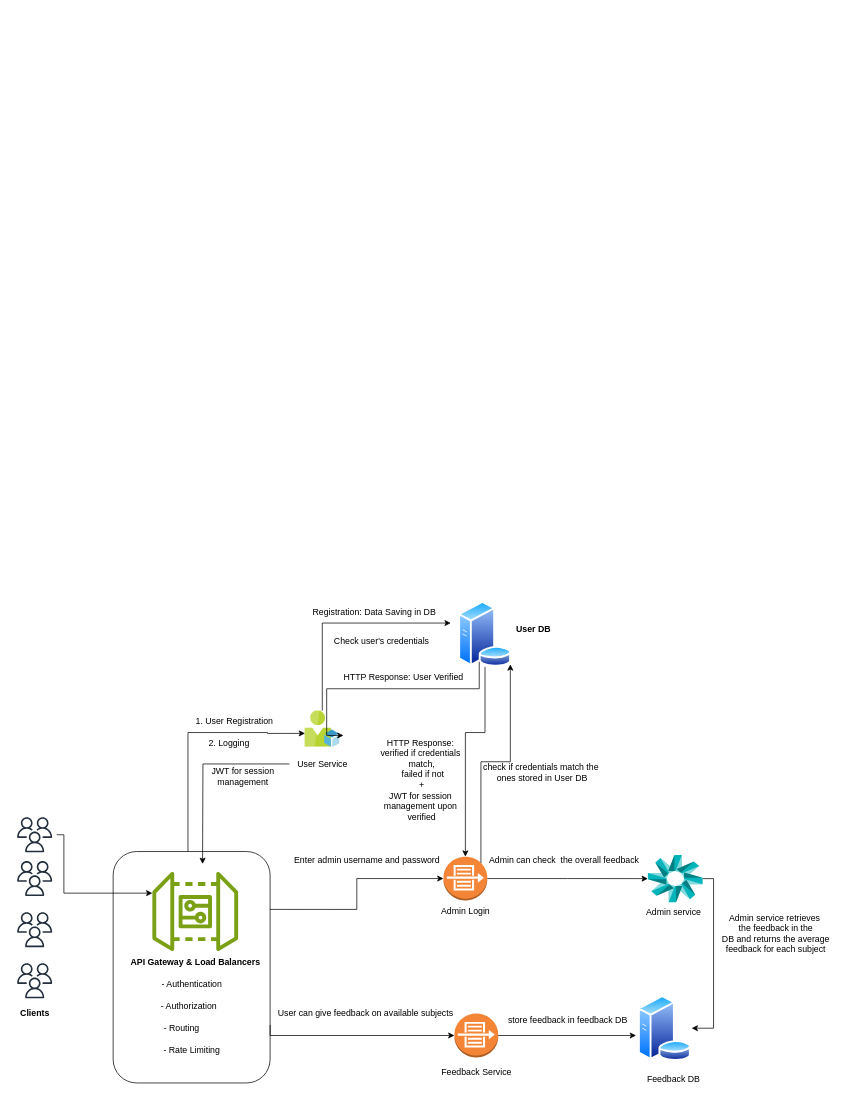
ttrion/23BCS13761_TANAY_KRG_2B_SD keeps this draw.io diagram as SD_project_Experiment_10/SD_HLD.drawio. Above is the earlier version. Source tidied: cells renumbered, new cells numbered last; positions are measured from the earlier drawing's top-left corner, leaving out a move shared by most shapes. Both pictures are drawn from the tidied source at 73%, with x=0, y=0 at pixel (12, 601).
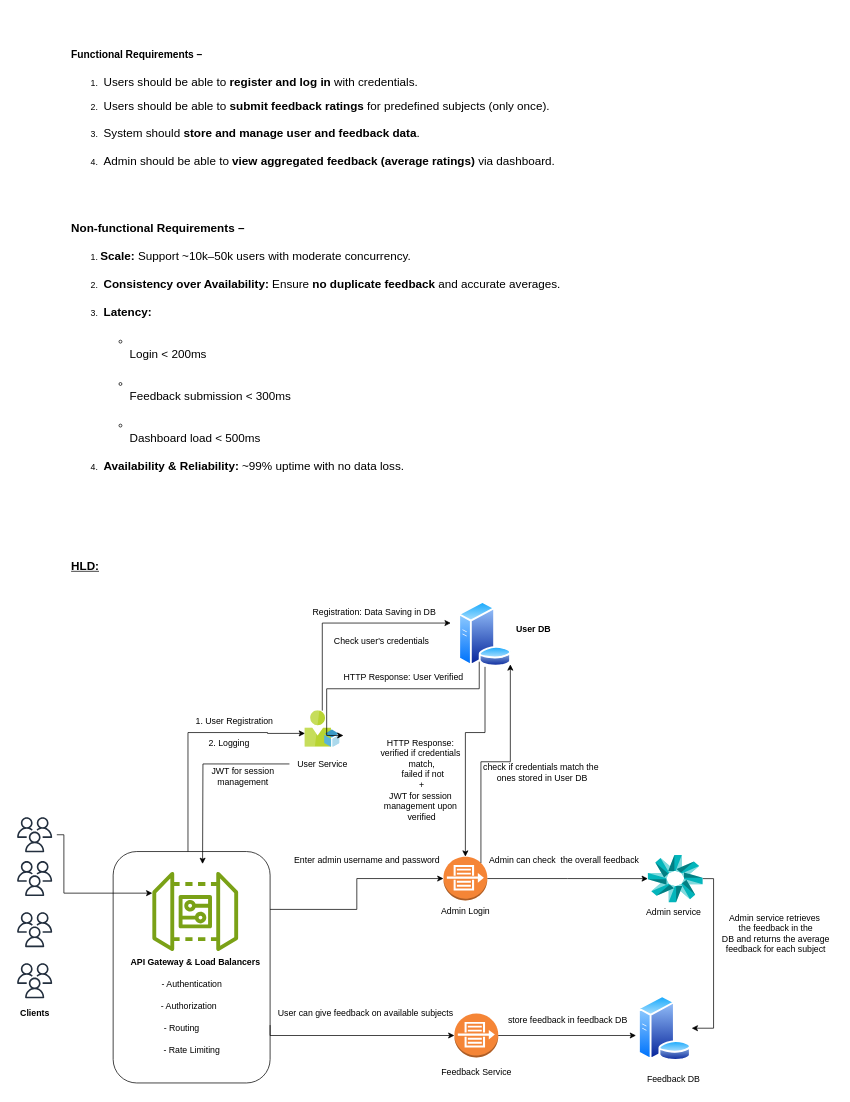
After the change.

Change to the diagram source:
```diff
@@
+    <mxCell id="51" value="&lt;br&gt;&lt;h1 style=&quot;text-align: left;&quot;&gt;&lt;span role=&quot;text&quot;&gt;&lt;strong&gt;&lt;font style=&quot;font-size: 14px;&quot;&gt;Functional Requirements –&lt;/font&gt;&lt;/strong&gt;&lt;/span&gt;&lt;/h1&gt;&lt;ol&gt;&lt;li&gt;&lt;div style=&quot;text-align: left;&quot;&gt;&lt;span style=&quot;font-size: medium; background-color: transparent; color: light-dark(rgb(0, 0, 0), rgb(255, 255, 255));&quot;&gt;&amp;nbsp;Users should be able to &lt;/span&gt;&lt;strong style=&quot;font-size: medium; background-color: transparent; color: light-dark(rgb(0, 0, 0), rgb(255, 255, 255));&quot;&gt;register and log in&lt;/strong&gt;&lt;span style=&quot;font-size: medium; background-color: transparent; color: light-dark(rgb(0, 0, 0), rgb(255, 255, 255));&quot;&gt; with credentials.&lt;/span&gt;&lt;/div&gt;&lt;/li&gt;&lt;div style=&quot;text-align: left;&quot;&gt;&lt;br&gt;&lt;/div&gt;&lt;li&gt;&lt;div style=&quot;text-align: left;&quot;&gt;&lt;span style=&quot;font-size: medium; background-color: transparent; color: light-dark(rgb(0, 0, 0), rgb(255, 255, 255));&quot;&gt;&amp;nbsp;Users should be able to &lt;/span&gt;&lt;strong style=&quot;font-size: medium; background-color: transparent; color: light-dark(rgb(0, 0, 0), rgb(255, 255, 255));&quot;&gt;submit feedback ratings&lt;/strong&gt;&lt;span style=&quot;font-size: medium; background-color: transparent; color: light-dark(rgb(0, 0, 0), rgb(255, 255, 255));&quot;&gt; for predefined subjects (only once).&lt;/span&gt;&lt;/div&gt;&lt;/li&gt;&lt;div style=&quot;text-align: left;&quot;&gt;&lt;font style=&quot;font-size: 14px;&quot;&gt;&lt;br&gt;&lt;/font&gt;&lt;/div&gt;&lt;li&gt;&lt;div style=&quot;text-align: left;&quot;&gt;&lt;span style=&quot;font-size: medium; background-color: transparent; color: light-dark(rgb(0, 0, 0), rgb(255, 255, 255));&quot;&gt;&amp;nbsp;System should &lt;/span&gt;&lt;strong style=&quot;font-size: medium; background-color: transparent; color: light-dark(rgb(0, 0, 0), rgb(255, 255, 255));&quot;&gt;store and manage user and feedback data&lt;/strong&gt;&lt;span style=&quot;font-size: medium; background-color: transparent; color: light-dark(rgb(0, 0, 0), rgb(255, 255, 255));&quot;&gt;.&lt;/span&gt;&lt;/div&gt;&lt;/li&gt;&lt;div style=&quot;text-align: left;&quot;&gt;&lt;font size=&quot;3&quot;&gt;&lt;br&gt;&lt;/font&gt;&lt;/div&gt;&lt;li&gt;&lt;div style=&quot;text-align: left;&quot;&gt;&lt;span style=&quot;font-size: medium; background-color: transparent; color: light-dark(rgb(0, 0, 0), rgb(255, 255, 255));&quot;&gt;&amp;nbsp;Admin should be able to &lt;/span&gt;&lt;strong style=&quot;font-size: medium; background-color: transparent; color: light-dark(rgb(0, 0, 0), rgb(255, 255, 255));&quot;&gt;view aggregated feedback (average ratings)&lt;/strong&gt;&lt;span style=&quot;font-size: medium; background-color: transparent; color: light-dark(rgb(0, 0, 0), rgb(255, 255, 255));&quot;&gt; via dashboard.&lt;/span&gt;&lt;/div&gt;&lt;/li&gt;&lt;div style=&quot;text-align: left;&quot;&gt;&lt;font size=&quot;3&quot;&gt;&lt;br&gt;&lt;/font&gt;&lt;/div&gt;&lt;/ol&gt;&lt;div style=&quot;text-align: left;&quot;&gt;&lt;font size=&quot;3&quot;&gt;&lt;br&gt;&lt;/font&gt;&lt;/div&gt;&lt;h1 style=&quot;text-align: left;&quot;&gt;&lt;span role=&quot;text&quot;&gt;&lt;strong&gt;&lt;font size=&quot;3&quot;&gt;Non-functional Requirements –&lt;/font&gt;&lt;/strong&gt;&lt;/span&gt;&lt;/h1&gt;&lt;ol&gt;&lt;li&gt;&lt;div style=&quot;text-align: left;&quot;&gt;&lt;strong style=&quot;font-size: medium; background-color: transparent; color: light-dark(rgb(0, 0, 0), rgb(255, 255, 255));&quot;&gt;Scale:&lt;/strong&gt;&lt;span style=&quot;font-size: medium; background-color: transparent; color: light-dark(rgb(0, 0, 0), rgb(255, 255, 255));&quot;&gt; Support ~10k–50k users with moderate concurrency.&lt;/span&gt;&lt;/div&gt;&lt;/li&gt;&lt;div style=&quot;text-align: left;&quot;&gt;&lt;font size=&quot;3&quot;&gt;&lt;br&gt;&lt;/font&gt;&lt;/div&gt;&lt;li&gt;&lt;div style=&quot;text-align: left;&quot;&gt;&lt;strong style=&quot;font-size: medium; background-color: transparent; color: light-dark(rgb(0, 0, 0), rgb(255, 255, 255));&quot;&gt;&amp;nbsp;Consistency over Availability:&lt;/strong&gt;&lt;span style=&quot;font-size: medium; background-color: transparent; color: light-dark(rgb(0, 0, 0), rgb(255, 255, 255));&quot;&gt; Ensure &lt;/span&gt;&lt;strong style=&quot;font-size: medium; background-color: transparent; color: light-dark(rgb(0, 0, 0), rgb(255, 255, 255));&quot;&gt;no duplicate feedback&lt;/strong&gt;&lt;span style=&quot;font-size: medium; background-color: transparent; color: light-dark(rgb(0, 0, 0), rgb(255, 255, 255));&quot;&gt; and accurate averages.&lt;/span&gt;&lt;/div&gt;&lt;/li&gt;&lt;div style=&quot;text-align: left;&quot;&gt;&lt;font size=&quot;3&quot;&gt;&lt;br&gt;&lt;/font&gt;&lt;/div&gt;&lt;li&gt;&lt;div style=&quot;text-align: left;&quot;&gt;&lt;strong style=&quot;background-color: transparent; color: light-dark(rgb(0, 0, 0), rgb(255, 255, 255));&quot;&gt;&lt;font size=&quot;3&quot;&gt;&amp;nbsp;Latency:&lt;/font&gt;&lt;/strong&gt;&lt;/div&gt;&lt;ul&gt;&lt;div style=&quot;text-align: left;&quot;&gt;&lt;font size=&quot;3&quot;&gt;&lt;br&gt;&lt;/font&gt;&lt;/div&gt;&lt;li&gt;&lt;div style=&quot;text-align: left;&quot;&gt;&lt;font size=&quot;3&quot;&gt;&lt;br&gt;&lt;/font&gt;&lt;/div&gt;&lt;div style=&quot;text-align: left;&quot;&gt;&lt;span style=&quot;background-color: transparent; color: light-dark(rgb(0, 0, 0), rgb(255, 255, 255));&quot;&gt;&lt;font size=&quot;3&quot;&gt;Login &amp;lt; 200ms&lt;/font&gt;&lt;/span&gt;&lt;/div&gt;&lt;/li&gt;&lt;div style=&quot;text-align: left;&quot;&gt;&lt;font size=&quot;3&quot;&gt;&lt;br&gt;&lt;/font&gt;&lt;/div&gt;&lt;li&gt;&lt;div style=&quot;text-align: left;&quot;&gt;&lt;font size=&quot;3&quot;&gt;&lt;br&gt;&lt;/font&gt;&lt;/div&gt;&lt;div style=&quot;text-align: left;&quot;&gt;&lt;span style=&quot;background-color: transparent; color: light-dark(rgb(0, 0, 0), rgb(255, 255, 255));&quot;&gt;&lt;font size=&quot;3&quot;&gt;Feedback submission &amp;lt; 300ms&lt;/font&gt;&lt;/span&gt;&lt;/div&gt;&lt;/li&gt;&lt;div style=&quot;text-align: left;&quot;&gt;&lt;font size=&quot;3&quot;&gt;&lt;br&gt;&lt;/font&gt;&lt;/div&gt;&lt;li&gt;&lt;div style=&quot;text-align: left;&quot;&gt;&lt;font size=&quot;3&quot;&gt;&lt;br&gt;&lt;/font&gt;&lt;/div&gt;&lt;div style=&quot;text-align: left;&quot;&gt;&lt;span style=&quot;background-color: transparent; color: light-dark(rgb(0, 0, 0), rgb(255, 255, 255));&quot;&gt;&lt;font size=&quot;3&quot;&gt;Dashboard load &amp;lt; 500ms&lt;/font&gt;&lt;/span&gt;&lt;/div&gt;&lt;/li&gt;&lt;/ul&gt;&lt;/li&gt;&lt;div style=&quot;text-align: left;&quot;&gt;&lt;font size=&quot;3&quot;&gt;&lt;br&gt;&lt;/font&gt;&lt;/div&gt;&lt;li&gt;&lt;div style=&quot;text-align: left;&quot;&gt;&lt;strong style=&quot;font-size: medium; background-color: transparent; color: light-dark(rgb(0, 0, 0), rgb(255, 255, 255));&quot;&gt;&amp;nbsp;Availability &amp;amp; Reliability:&lt;/strong&gt;&lt;span style=&quot;font-size: medium; background-color: transparent; color: light-dark(rgb(0, 0, 0), rgb(255, 255, 255));&quot;&gt; ~99% uptime with no data loss.&lt;/span&gt;&lt;/div&gt;&lt;/li&gt;&lt;div style=&quot;text-align: left;&quot;&gt;&lt;font size=&quot;3&quot;&gt;&lt;br&gt;&lt;/font&gt;&lt;/div&gt;&lt;/ol&gt;&lt;div style=&quot;text-align: left;&quot;&gt;&lt;br&gt;&lt;/div&gt;&lt;div style=&quot;text-align: left;&quot;&gt;&lt;br&gt;&lt;/div&gt;&lt;div style=&quot;text-align: left;&quot;&gt;&lt;br&gt;&lt;/div&gt;&lt;div style=&quot;text-align: left;&quot;&gt;&lt;br&gt;&lt;/div&gt;&lt;div style=&quot;text-align: left;&quot;&gt;&lt;br&gt;&lt;/div&gt;&lt;div style=&quot;text-align: left;&quot;&gt;&lt;br&gt;&lt;/div&gt;&lt;div style=&quot;text-align: left;&quot;&gt;&lt;font size=&quot;3&quot;&gt;&lt;b&gt;&lt;u&gt;HLD:&lt;/u&gt;&lt;/b&gt;&lt;/font&gt;&lt;/div&gt;&lt;ol&gt;&lt;div style=&quot;text-align: left;&quot;&gt;&lt;br&gt;&lt;/div&gt;&lt;/ol&gt;&lt;div&gt;&lt;br&gt;&lt;/div&gt;" style="text;html=1;align=center;verticalAlign=middle;strokeColor=none;fillColor=none;" parent="1" vertex="1">
+      <mxGeometry x="70" y="-806" width="690" height="830" as="geometry" />
+    </mxCell>
```
